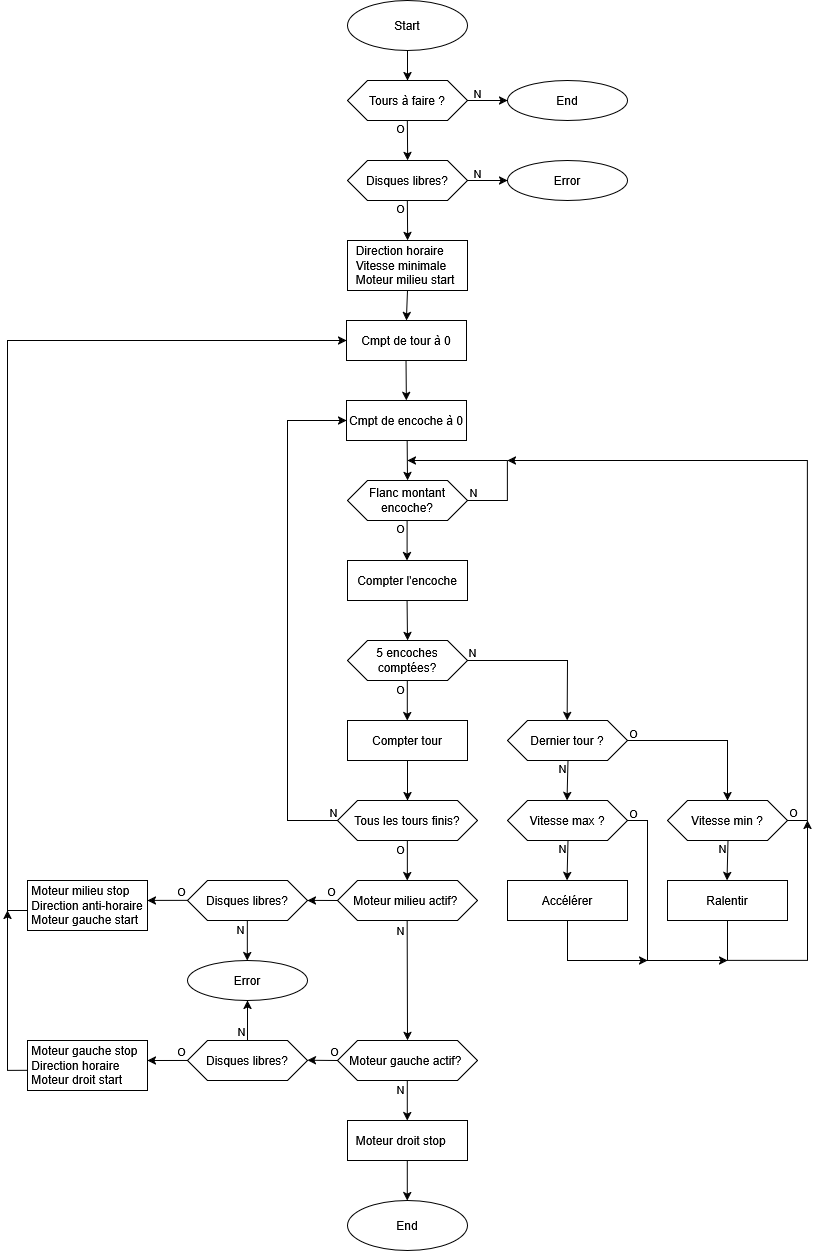
Before: doc/images/auto_sequence.png, a diagram exported from draw.io (Schokiiiiiiii/csn26). Source tidied: cells renumbered, new cells last; positions are measured from the earlier drawing's top-left corner, leaving out a move shared by most shapes.
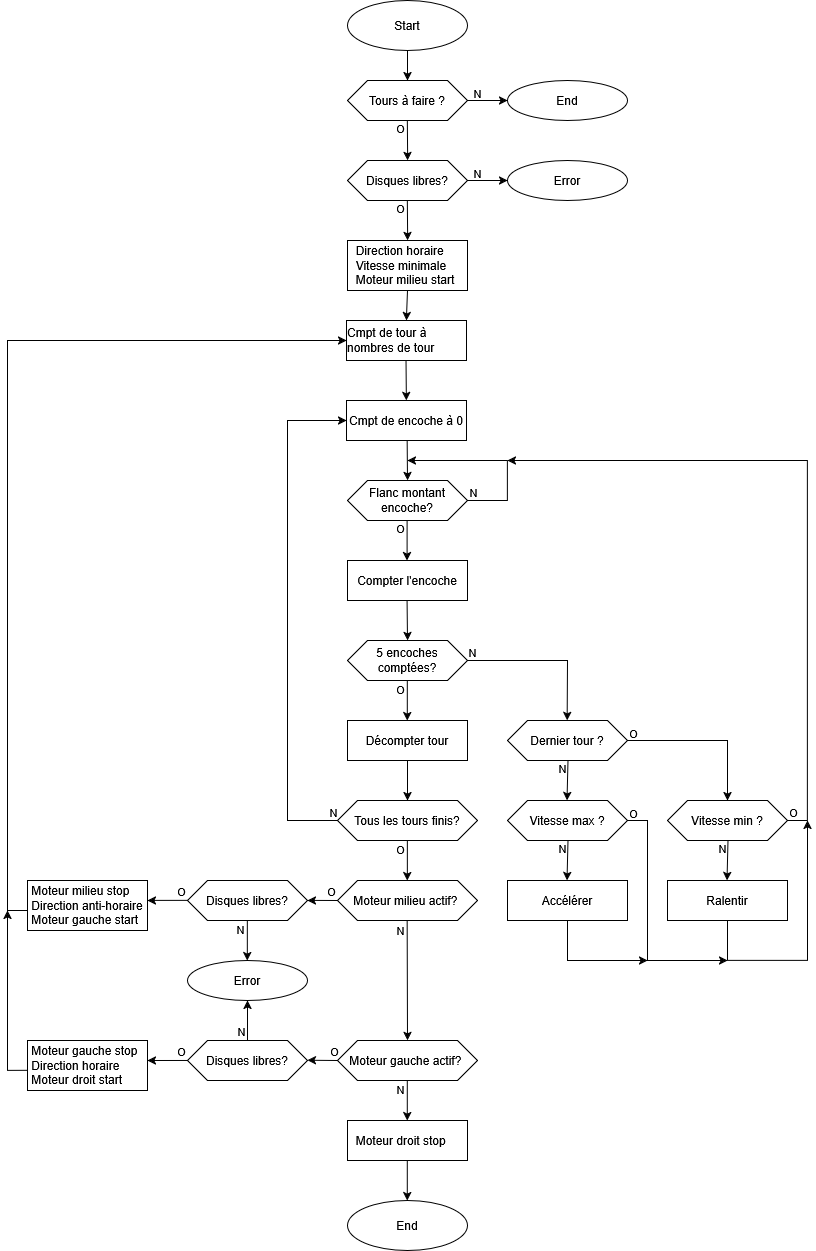
After the commit.

Diff of the diagram source:
```diff
@@ -58,7 +58,7 @@
     <mxCell id="16" value="Accélérer" style="rounded=0;whiteSpace=wrap;html=1;" parent="1" vertex="1">
       <mxGeometry x="500" y="880" width="120" height="40" as="geometry" />
     </mxCell>
-    <mxCell id="17" value="&lt;div&gt;Compter tour&lt;/div&gt;" style="rounded=0;whiteSpace=wrap;html=1;" parent="1" vertex="1">
+    <mxCell id="17" value="&lt;div&gt;Décompter tour&lt;/div&gt;" style="rounded=0;whiteSpace=wrap;html=1;" parent="1" vertex="1">
       <mxGeometry x="340" y="720" width="120" height="40" as="geometry" />
     </mxCell>
     <mxCell id="18" value="Tous les tours&amp;nbsp;finis?" style="shape=hexagon;perimeter=hexagonPerimeter2;whiteSpace=wrap;html=1;fixedSize=1;" parent="1" vertex="1">
@@ -305,7 +305,7 @@
     <mxCell id="61" value="&lt;div align=&quot;center&quot;&gt;Cmpt de encoche à 0&lt;/div&gt;" style="rounded=0;whiteSpace=wrap;html=1;align=center;" parent="1" vertex="1">
       <mxGeometry x="339" y="400" width="120" height="40" as="geometry" />
     </mxCell>
-    <mxCell id="62" value="&lt;div align=&quot;left&quot;&gt;Cmpt de tour à 0&lt;/div&gt;" style="rounded=0;whiteSpace=wrap;html=1;" parent="1" vertex="1">
+    <mxCell id="62" value="&lt;div align=&quot;left&quot;&gt;Cmpt de tour à nombres de tour&lt;/div&gt;" style="rounded=0;whiteSpace=wrap;html=1;" parent="1" vertex="1">
       <mxGeometry x="339" y="320" width="120" height="40" as="geometry" />
     </mxCell>
     <mxCell id="63" style="endArrow=classic;html=1;rounded=0;exitX=0.5;exitY=1;exitDx=0;exitDy=0;entryX=0.5;entryY=0;entryDx=0;entryDy=0;" parent="1" edge="1">
```
